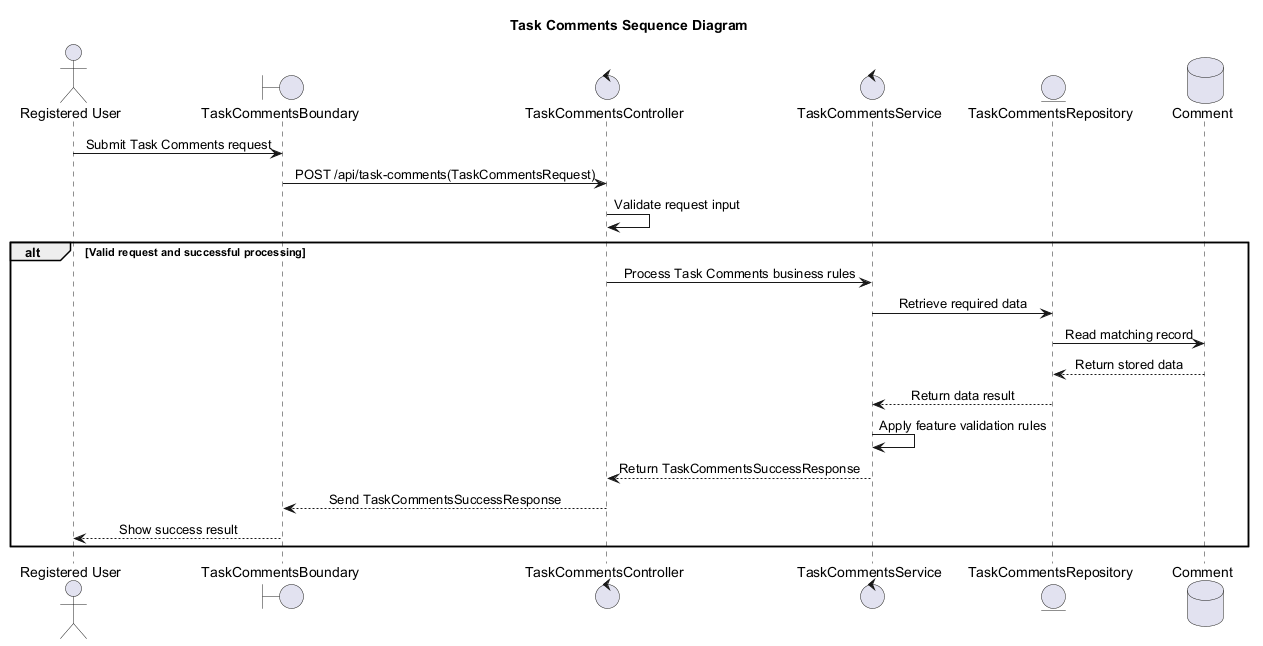
Earlier version of the PlantUML export services/agentic_service/outputs/taskflow/feature-task-comments/03_architecture/task_comments_sequence_v1.png (Dulneth210229/Auto-Forge-MAS).
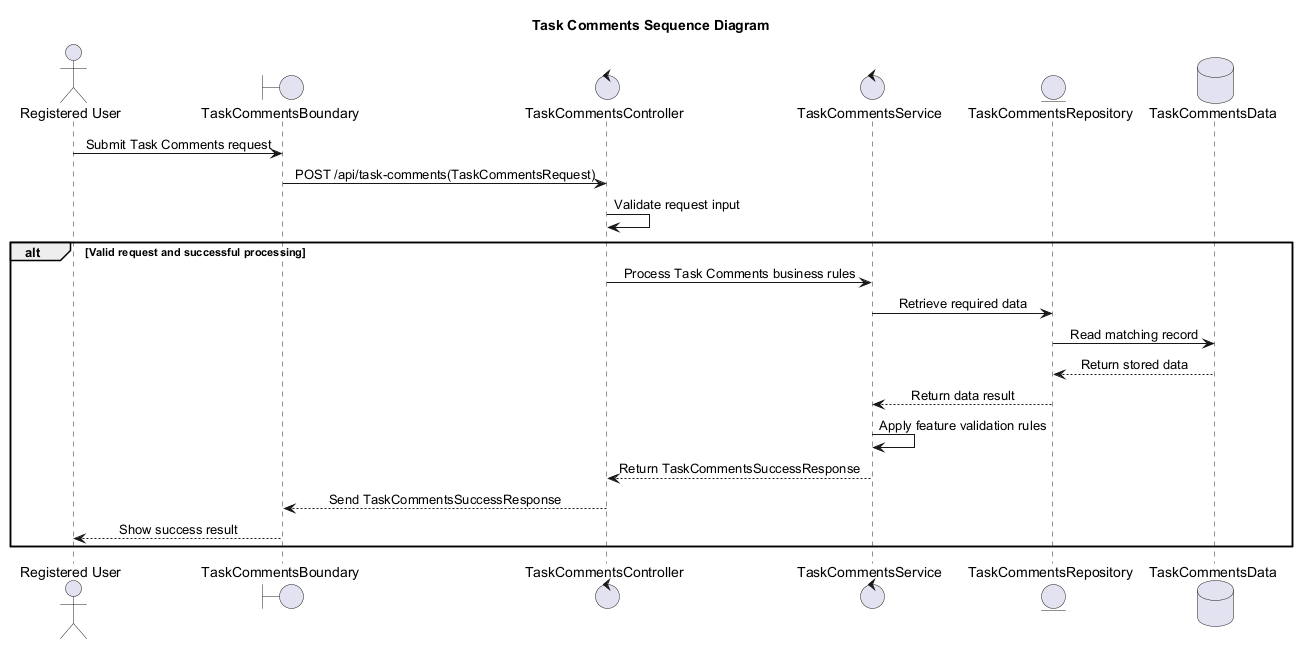
After the change.

What changed in the source:
```diff
@@ -9,7 +9,7 @@
 control "TaskCommentsController" as CONTROL_001
 control "TaskCommentsService" as CONTROL_002
 entity "TaskCommentsRepository" as ENTITY_001
-database "Comment" as DATABASE_001
+database "TaskCommentsData" as DATABASE_001
 
 ACTOR_001 -> BOUNDARY_001: Submit Task Comments request
 BOUNDARY_001 -> CONTROL_001: POST /api/task-comments(TaskCommentsRequest)
```
